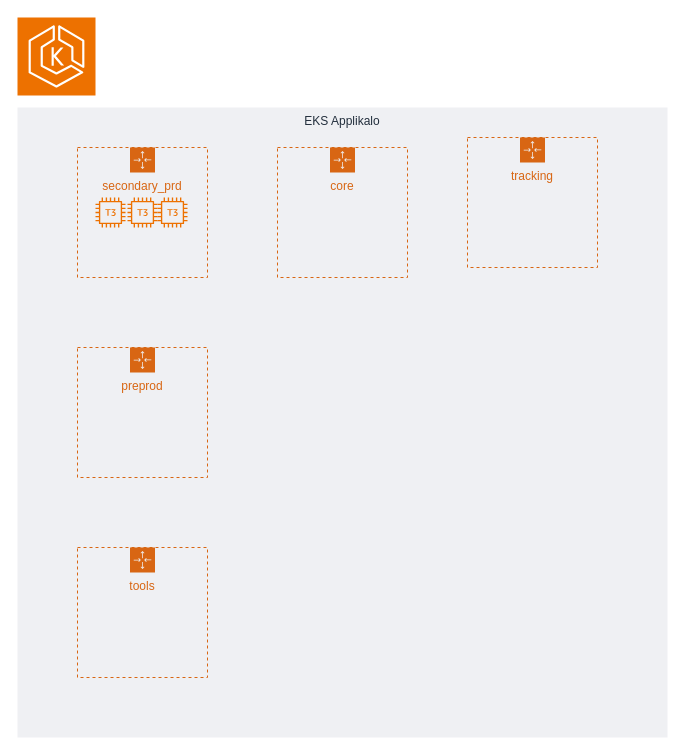
This is Applikalo.drawio from julianandres/PythonWork, a draw.io file, before an edit. Source tidied: cells renumbered, new cells numbered last; positions are measured from the earlier drawing's top-left corner, leaving out a move shared by most shapes. Both pictures are drawn from the tidied source at 100%, with x=0, y=0 at pixel (17, 17).
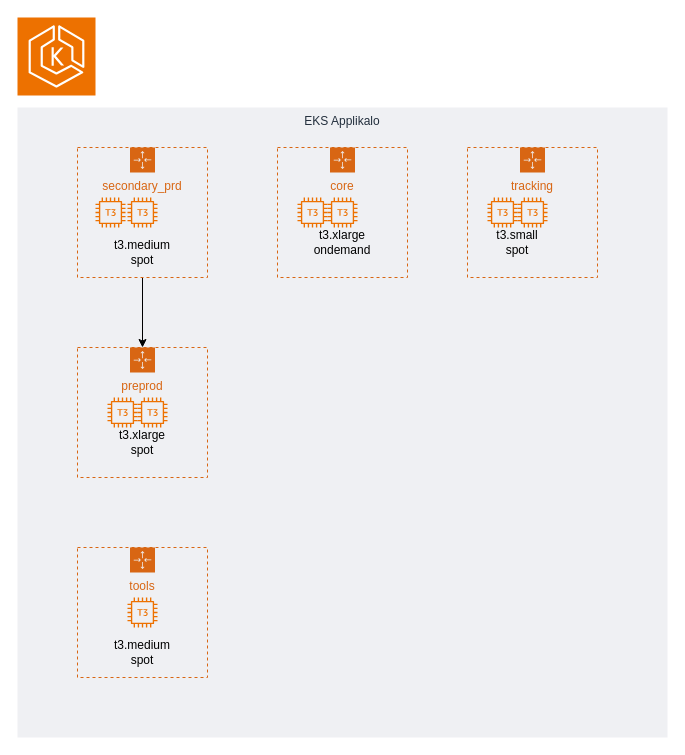
The same page after the edit.

The change refers to these unchanged cells:
```xml
<mxCell id="4" value="secondary_prd" style="points=[[0,0],[0.25,0],[0.5,0],[0.75,0],[1,0],[1,0.25],[1,0.5],[1,0.75],[1,1],[0.75,1],[0.5,1],[0.25,1],[0,1],[0,0.75],[0,0.5],[0,0.25]];outlineConnect=0;gradientColor=none;html=1;whiteSpace=wrap;fontSize=12;fontStyle=0;shape=mxgraph.aws4.groupCenter;grIcon=mxgraph.aws4.group_auto_scaling_group;grStroke=1;strokeColor=#D86613;fillColor=none;verticalAlign=top;align=center;fontColor=#D86613;dashed=1;spacingTop=25;" parent="1" vertex="1">
  <mxGeometry x="60" y="130" width="130" height="130" as="geometry" />
</mxCell>
<mxCell id="7" value="tools" style="gradientColor=none;html=1;whiteSpace=wrap;fontSize=12;fontStyle=0;shape=mxgraph.aws4.groupCenter;grIcon=mxgraph.aws4.group_auto_scaling_group;grStroke=1;strokeColor=#D86613;fillColor=none;verticalAlign=top;align=center;fontColor=#D86613;dashed=1;spacingTop=25;" parent="1" vertex="1">
  <mxGeometry x="60" y="530" width="130" height="130" as="geometry" />
</mxCell>
<mxCell id="8" value="core" style="gradientColor=none;html=1;whiteSpace=wrap;fontSize=12;fontStyle=0;shape=mxgraph.aws4.groupCenter;grIcon=mxgraph.aws4.group_auto_scaling_group;grStroke=1;strokeColor=#D86613;fillColor=none;verticalAlign=top;align=center;fontColor=#D86613;dashed=1;spacingTop=25;" parent="1" vertex="1">
  <mxGeometry x="260" y="130" width="130" height="130" as="geometry" />
</mxCell>
<mxCell id="10" value="preprod" style="points=[[0,0],[0.25,0],[0.5,0],[0.75,0],[1,0],[1,0.25],[1,0.5],[1,0.75],[1,1],[0.75,1],[0.5,1],[0.25,1],[0,1],[0,0.75],[0,0.5],[0,0.25]];outlineConnect=0;gradientColor=none;html=1;whiteSpace=wrap;fontSize=12;fontStyle=0;shape=mxgraph.aws4.groupCenter;grIcon=mxgraph.aws4.group_auto_scaling_group;grStroke=1;strokeColor=#D86613;fillColor=none;verticalAlign=top;align=center;fontColor=#D86613;dashed=1;spacingTop=25;" parent="1" vertex="1">
  <mxGeometry x="60" y="330" width="130" height="130" as="geometry" />
</mxCell>
```

The edit, as a diff of the source:
```diff
@@
+    <mxCell id="12" style="edgeStyle=orthogonalEdgeStyle;rounded=0;jettySize=auto;html=1;exitX=0.5;exitY=1;exitDx=0;exitDy=0;entryX=0.5;entryY=0;entryDx=0;entryDy=0;" parent="1" edge="1" source="4" target="10">
+      <mxGeometry relative="1" as="geometry" />
+    </mxCell>
@@
-    <mxCell id="6" style="sketch=0;fontColor=#232F3E;gradientColor=none;fillColor=#ED7100;strokeColor=none;dashed=0;verticalLabelPosition=bottom;verticalAlign=top;align=center;html=1;fontSize=12;fontStyle=0;shape=mxgraph.aws4.t3_instance;" parent="4" vertex="1">
-      <mxGeometry x="80" y="50" width="30" height="30" as="geometry" />
-    </mxCell>
@@
+    <mxCell id="13" style="sketch=0;fontColor=#232F3E;gradientColor=none;fillColor=#ED7100;strokeColor=none;dashed=0;verticalLabelPosition=bottom;verticalAlign=top;align=center;html=1;fontSize=12;fontStyle=0;shape=mxgraph.aws4.t3_instance;" parent="7" vertex="1">
+      <mxGeometry x="50" y="50" width="30" height="30" as="geometry" />
+    </mxCell>
+    <mxCell id="14" value="t3.medium&lt;br&gt;spot" style="text;html=1;align=center;verticalAlign=middle;whiteSpace=wrap;rounded=0;" parent="7" vertex="1">
+      <mxGeometry x="35" y="90" width="60" height="30" as="geometry" />
+    </mxCell>
@@
+    <mxCell id="15" value="t3.xlarge&lt;br&gt;ondemand" style="text;html=1;align=center;verticalAlign=middle;whiteSpace=wrap;rounded=0;" parent="8" vertex="1">
+      <mxGeometry x="35" y="80" width="60" height="30" as="geometry" />
+    </mxCell>
+    <mxCell id="16" style="sketch=0;fontColor=#232F3E;gradientColor=none;fillColor=#ED7100;strokeColor=none;dashed=0;verticalLabelPosition=bottom;verticalAlign=top;align=center;html=1;fontSize=12;fontStyle=0;shape=mxgraph.aws4.t3_instance;" parent="8" vertex="1">
+      <mxGeometry x="20" y="50" width="30" height="30" as="geometry" />
+    </mxCell>
+    <mxCell id="17" style="sketch=0;fontColor=#232F3E;gradientColor=none;fillColor=#ED7100;strokeColor=none;dashed=0;verticalLabelPosition=bottom;verticalAlign=top;align=center;html=1;fontSize=12;fontStyle=0;shape=mxgraph.aws4.t3_instance;" parent="8" vertex="1">
+      <mxGeometry x="50" y="50" width="30" height="30" as="geometry" />
+    </mxCell>
     <mxCell id="9" value="tracking" style="gradientColor=none;html=1;whiteSpace=wrap;fontSize=12;fontStyle=0;shape=mxgraph.aws4.groupCenter;grIcon=mxgraph.aws4.group_auto_scaling_group;grStroke=1;strokeColor=#D86613;fillColor=none;verticalAlign=top;align=center;fontColor=#D86613;dashed=1;spacingTop=25;" parent="1" vertex="1">
-      <mxGeometry x="450" y="120" width="130" height="130" as="geometry" />
+      <mxGeometry x="450" y="130" width="130" height="130" as="geometry" />
     </mxCell>
+    <mxCell id="18" style="sketch=0;fontColor=#232F3E;gradientColor=none;fillColor=#ED7100;strokeColor=none;dashed=0;verticalLabelPosition=bottom;verticalAlign=top;align=center;html=1;fontSize=12;fontStyle=0;shape=mxgraph.aws4.t3_instance;" parent="9" vertex="1">
+      <mxGeometry x="20" y="50" width="30" height="30" as="geometry" />
+    </mxCell>
+    <mxCell id="19" style="sketch=0;fontColor=#232F3E;gradientColor=none;fillColor=#ED7100;strokeColor=none;dashed=0;verticalLabelPosition=bottom;verticalAlign=top;align=center;html=1;fontSize=12;fontStyle=0;shape=mxgraph.aws4.t3_instance;" parent="9" vertex="1">
+      <mxGeometry x="50" y="50" width="30" height="30" as="geometry" />
+    </mxCell>
@@
+    <mxCell id="20" value="t3.medium&lt;br&gt;spot" style="text;html=1;align=center;verticalAlign=middle;whiteSpace=wrap;rounded=0;" parent="1" vertex="1">
+      <mxGeometry x="95" y="220" width="60" height="30" as="geometry" />
+    </mxCell>
+    <mxCell id="21" value="t3.small&lt;br&gt;spot" style="text;html=1;align=center;verticalAlign=middle;whiteSpace=wrap;rounded=0;" parent="1" vertex="1">
+      <mxGeometry x="470" y="210" width="60" height="30" as="geometry" />
+    </mxCell>
+    <mxCell id="22" value="t3.xlarge&lt;br&gt;spot" style="text;html=1;align=center;verticalAlign=middle;whiteSpace=wrap;rounded=0;" parent="1" vertex="1">
+      <mxGeometry x="95" y="410" width="60" height="30" as="geometry" />
+    </mxCell>
+    <mxCell id="23" style="sketch=0;fontColor=#232F3E;gradientColor=none;fillColor=#ED7100;strokeColor=none;dashed=0;verticalLabelPosition=bottom;verticalAlign=top;align=center;html=1;fontSize=12;fontStyle=0;shape=mxgraph.aws4.t3_instance;" parent="1" vertex="1">
+      <mxGeometry x="90" y="380" width="30" height="30" as="geometry" />
+    </mxCell>
+    <mxCell id="24" style="sketch=0;fontColor=#232F3E;gradientColor=none;fillColor=#ED7100;strokeColor=none;dashed=0;verticalLabelPosition=bottom;verticalAlign=top;align=center;html=1;fontSize=12;fontStyle=0;shape=mxgraph.aws4.t3_instance;" parent="1" vertex="1">
+      <mxGeometry x="120" y="380" width="30" height="30" as="geometry" />
+    </mxCell>
```
